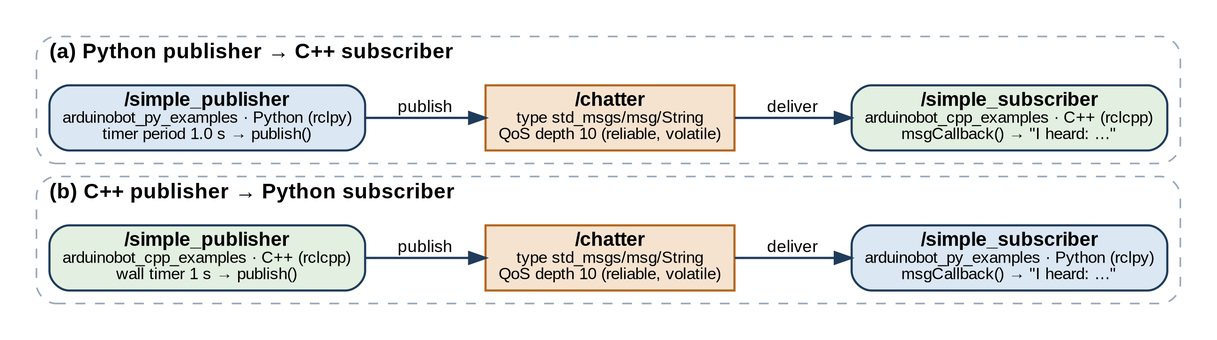
blertahajdiniazemi/tower keeps this Graphviz diagram as ros2_manipulator_assignment/report/figures/fig02_pubsub.png. Above is the earlier version. Its source is kept beside it as ros2_manipulator_assignment/report/figures/src/fig02_pubsub.dot.
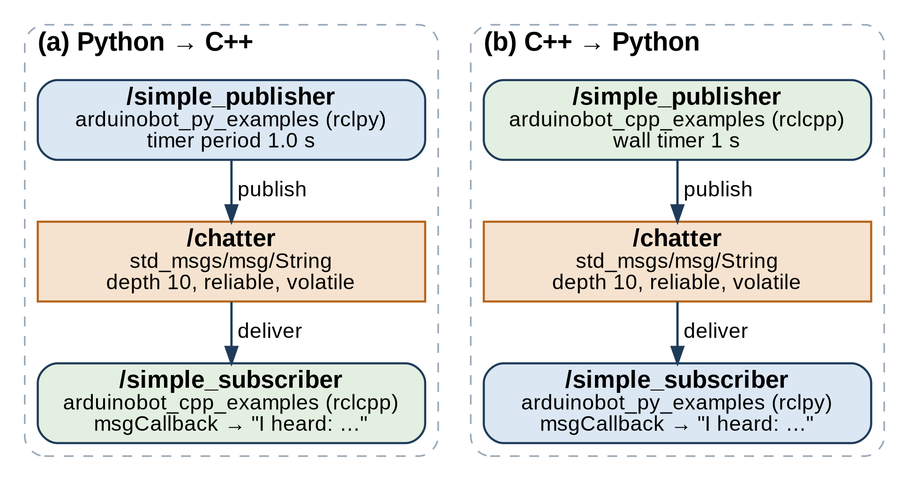
The same diagram one commit later.

What changed in the source:
```diff
@@ -1,21 +1,21 @@
 digraph pubsub {
-  graph [rankdir=LR, fontname="Liberation Sans", fontsize=13, nodesep=0.35, ranksep=0.55, pad=0.2, newrank=true];
-  node  [fontname="Liberation Sans", fontsize=12, style="rounded,filled", shape=box, color="#1f3b5a", penwidth=1.3];
-  edge  [fontname="Liberation Sans", fontsize=10.5, color="#1f3b5a", penwidth=1.4];
+  graph [rankdir=TB, fontname="Liberation Sans", fontsize=16, nodesep=0.5, ranksep=0.32, pad=0.1, newrank=true];
+  node  [fontname="Liberation Sans", fontsize=15, style="rounded,filled", shape=box, color="#1f3b5a", penwidth=1.3, width=3.3];
+  edge  [fontname="Liberation Sans", fontsize=13, color="#1f3b5a", penwidth=1.4];
 
+  subgraph cluster_a {
+    label=<<b>(a) Python → C++</b>>; labeljust=l; color="#9aa9b8"; style="rounded,dashed";
+    pa [fillcolor="#dbe7f3", label=<<b>/simple_publisher</b><br/><font point-size="13">arduinobot_py_examples (rclpy)<br/>timer period 1.0 s</font>>];
+    ta [style="filled", fillcolor="#f6e3cf", color="#b5651d", label=<<b>/chatter</b><br/><font point-size="13">std_msgs/msg/String<br/>depth 10, reliable, volatile</font>>];
+    sa [fillcolor="#e3efe0", label=<<b>/simple_subscriber</b><br/><font point-size="13">arduinobot_cpp_examples (rclcpp)<br/>msgCallback → "I heard: …"</font>>];
+    pa -> ta [label=" publish"]; ta -> sa [label=" deliver"];
+  }
   subgraph cluster_b {
-    label=<<b>(b) C++ publisher → Python subscriber</b>>; labeljust=l; color="#9aa9b8"; style="rounded,dashed";
-    pb [fillcolor="#e3efe0", label=<<b>/simple_publisher</b><br/><font point-size="10">arduinobot_cpp_examples · C++ (rclcpp)<br/>wall timer 1 s → publish()</font>>];
-    tb [shape=box, style="filled", fillcolor="#f6e3cf", color="#b5651d", label=<<b>/chatter</b><br/><font point-size="10">type std_msgs/msg/String<br/>QoS depth 10 (reliable, volatile)</font>>];
-    sb [fillcolor="#dbe7f3", label=<<b>/simple_subscriber</b><br/><font point-size="10">arduinobot_py_examples · Python (rclpy)<br/>msgCallback() → "I heard: …"</font>>];
-    pb -> tb [label="publish"]; tb -> sb [label="deliver"];
-  }
-  subgraph cluster_a {
-    label=<<b>(a) Python publisher → C++ subscriber</b>>; labeljust=l; color="#9aa9b8"; style="rounded,dashed";
-    pa [fillcolor="#dbe7f3", label=<<b>/simple_publisher</b><br/><font point-size="10">arduinobot_py_examples · Python (rclpy)<br/>timer period 1.0 s → publish()</font>>];
-    ta [shape=box, style="filled", fillcolor="#f6e3cf", color="#b5651d", label=<<b>/chatter</b><br/><font point-size="10">type std_msgs/msg/String<br/>QoS depth 10 (reliable, volatile)</font>>];
-    sa [fillcolor="#e3efe0", label=<<b>/simple_subscriber</b><br/><font point-size="10">arduinobot_cpp_examples · C++ (rclcpp)<br/>msgCallback() → "I heard: …"</font>>];
-    pa -> ta [label="publish"]; ta -> sa [label="deliver"];
+    label=<<b>(b) C++ → Python</b>>; labeljust=l; color="#9aa9b8"; style="rounded,dashed";
+    pb [fillcolor="#e3efe0", label=<<b>/simple_publisher</b><br/><font point-size="13">arduinobot_cpp_examples (rclcpp)<br/>wall timer 1 s</font>>];
+    tb [style="filled", fillcolor="#f6e3cf", color="#b5651d", label=<<b>/chatter</b><br/><font point-size="13">std_msgs/msg/String<br/>depth 10, reliable, volatile</font>>];
+    sb [fillcolor="#dbe7f3", label=<<b>/simple_subscriber</b><br/><font point-size="13">arduinobot_py_examples (rclpy)<br/>msgCallback → "I heard: …"</font>>];
+    pb -> tb [label=" publish"]; tb -> sb [label=" deliver"];
   }
   {rank=same; pa; pb}
 }
```
